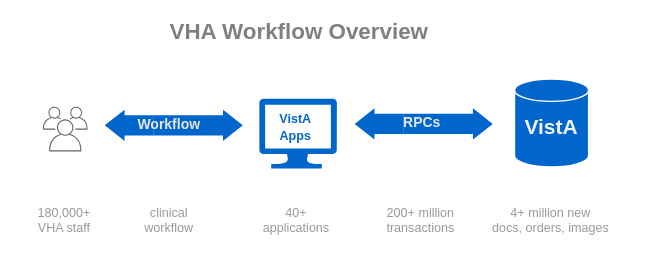
Before: img/workflow-simple.svg, a diagram exported from draw.io (cloudvista/vaa). Source tidied: cells renumbered, new cells last; positions are measured from the earlier drawing's top-left corner, leaving out a move shared by most shapes.
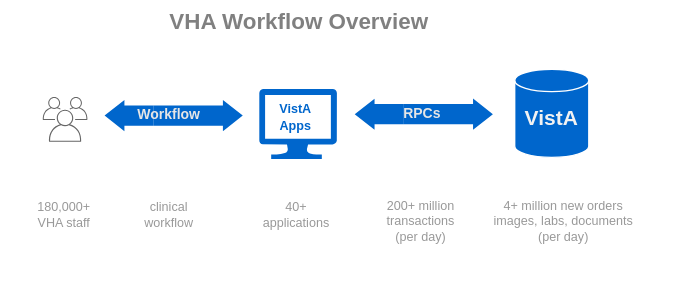
The same file after the commit.

The edit, as a diff of the source:
```diff
@@ -3,7 +3,7 @@
     <mxCell id="0" />
     <mxCell id="1" parent="0" />
     <mxCell id="2" style="rounded=1;whiteSpace=wrap;html=1;strokeColor=none;" parent="1" vertex="1">
-      <mxGeometry y="0.1" width="460" height="190" as="geometry" />
+      <mxGeometry x="-0.1" y="7" width="479.1" height="206.9" as="geometry" />
     </mxCell>
     <mxCell id="3" style="html=1;shadow=0;dashed=0;align=center;verticalAlign=middle;shape=mxgraph.arrows2.arrow;dy=0.35;dx=14.19;direction=west;notch=0;strokeColor=none;strokeWidth=1;fontSize=12;fontColor=#808080;fillColor=#0066CC;flipV=1;" parent="1" vertex="1">
       <mxGeometry x="253" y="77" width="35.1" height="22.3" as="geometry" />
@@ -42,19 +42,19 @@
       <mxGeometry x="85.2" y="73.1" width="70" height="30" as="geometry" />
     </mxCell>
     <mxCell id="15" value="180,000+&lt;br style=&quot;font-size: 9px;&quot;&gt;VHA staff" style="text;html=1;align=center;verticalAlign=middle;strokeColor=none;fillColor=none;fontColor=#999999;fontStyle=0;fontSize=9;" parent="1" vertex="1">
-      <mxGeometry x="15.2" y="136.6" width="60" height="40" as="geometry" />
+      <mxGeometry x="15.2" y="139.6" width="60" height="40" as="geometry" />
     </mxCell>
     <mxCell id="16" value="clinical&lt;br style=&quot;font-size: 9px;&quot;&gt;workflow" style="text;html=1;align=center;verticalAlign=middle;strokeColor=none;fillColor=none;fontColor=#999999;fontStyle=0;fontSize=9;" parent="1" vertex="1">
-      <mxGeometry x="90.2" y="136.6" width="60" height="40" as="geometry" />
+      <mxGeometry x="90.2" y="139.6" width="60" height="40" as="geometry" />
     </mxCell>
     <mxCell id="17" value="40+&lt;br style=&quot;font-size: 9px;&quot;&gt;applications" style="text;html=1;align=center;verticalAlign=middle;strokeColor=none;fillColor=none;fontColor=#999999;fontStyle=0;fontSize=9;" parent="1" vertex="1">
-      <mxGeometry x="175.9" y="136.6" width="70" height="40" as="geometry" />
+      <mxGeometry x="175.9" y="139.6" width="70" height="40" as="geometry" />
     </mxCell>
-    <mxCell id="18" value="200+ million&lt;br style=&quot;font-size: 9px;&quot;&gt;transactions" style="text;html=1;align=center;verticalAlign=middle;strokeColor=none;fillColor=none;fontColor=#999999;fontStyle=0;fontSize=9;" parent="1" vertex="1">
-      <mxGeometry x="265" y="136.6" width="70" height="40" as="geometry" />
+    <mxCell id="18" value="200+ million&lt;br style=&quot;font-size: 9px;&quot;&gt;transactions&lt;br&gt;(per day)" style="text;html=1;align=center;verticalAlign=middle;strokeColor=none;fillColor=none;fontColor=#999999;fontStyle=0;fontSize=9;" parent="1" vertex="1">
+      <mxGeometry x="265" y="139.6" width="70" height="50" as="geometry" />
     </mxCell>
-    <mxCell id="19" value="4+ million new&lt;br style=&quot;font-size: 9px;&quot;&gt;docs, orders, images" style="text;html=1;align=center;verticalAlign=middle;strokeColor=none;fillColor=none;fontColor=#999999;fontStyle=0;fontSize=9;" parent="1" vertex="1">
-      <mxGeometry x="337.9" y="136.6" width="110" height="40" as="geometry" />
+    <mxCell id="19" value="4+ million new orders&lt;br style=&quot;font-size: 9px;&quot;&gt;images, labs, documents&lt;br&gt;(per day)" style="text;html=1;align=center;verticalAlign=middle;strokeColor=none;fillColor=none;fontColor=#999999;fontStyle=0;fontSize=9;" parent="1" vertex="1">
+      <mxGeometry x="341.9" y="139.6" width="120" height="50" as="geometry" />
     </mxCell>
   </root>
 </mxGraphModel>
```
